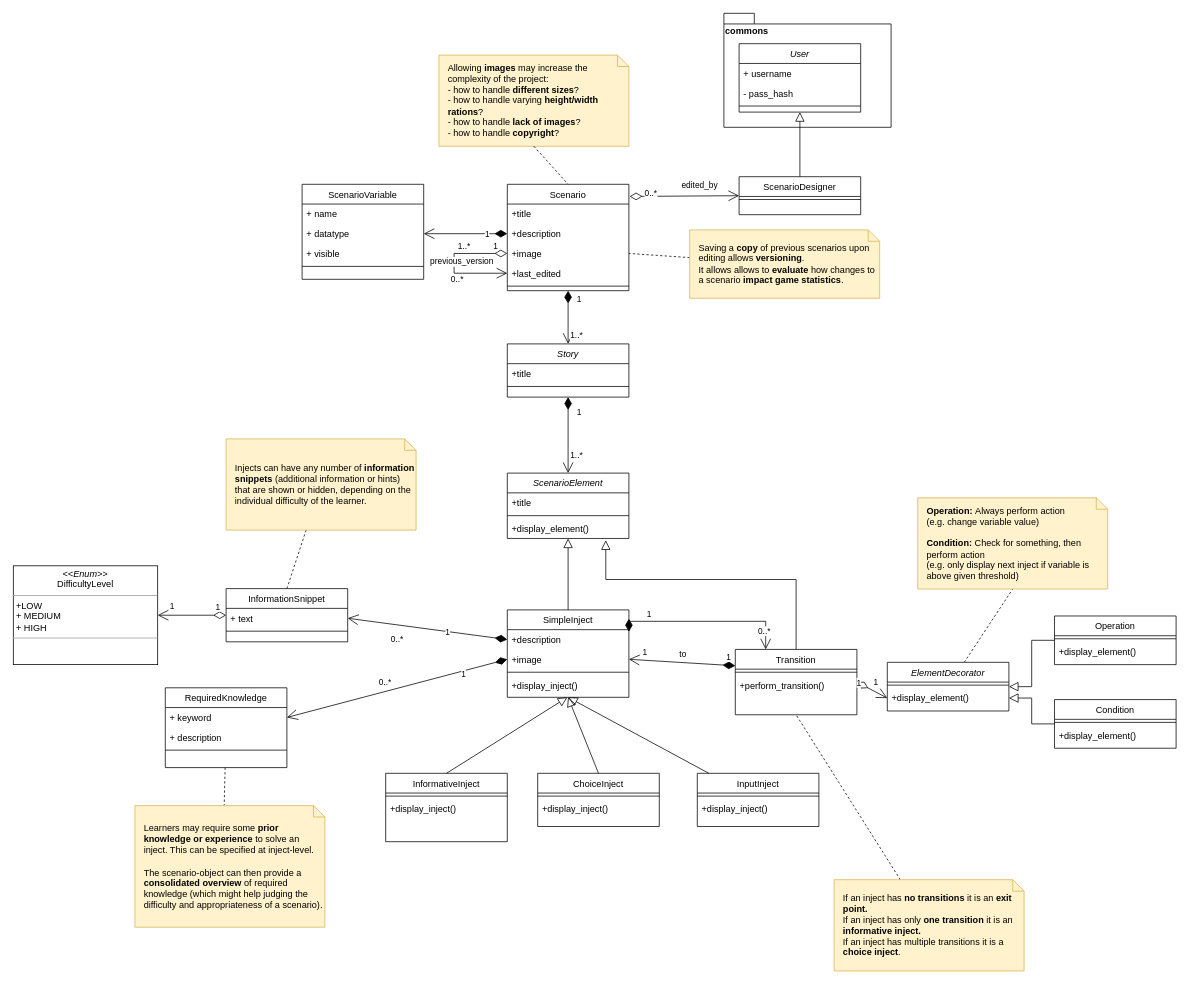
Elias-Ladenburger/CSEP keeps this draw.io diagram as page "Scenario_Design" (1 of 4) of artefacts/concept-1.0/diagrams/class diagram.drawio. Above is the earlier version. Source tidied: cells renumbered, new cells numbered last; positions are measured from the earlier drawing's top-left corner, leaving out a move shared by most shapes. Both pictures are drawn from the tidied source at 76%, with x=0, y=0 at pixel (13, 13).
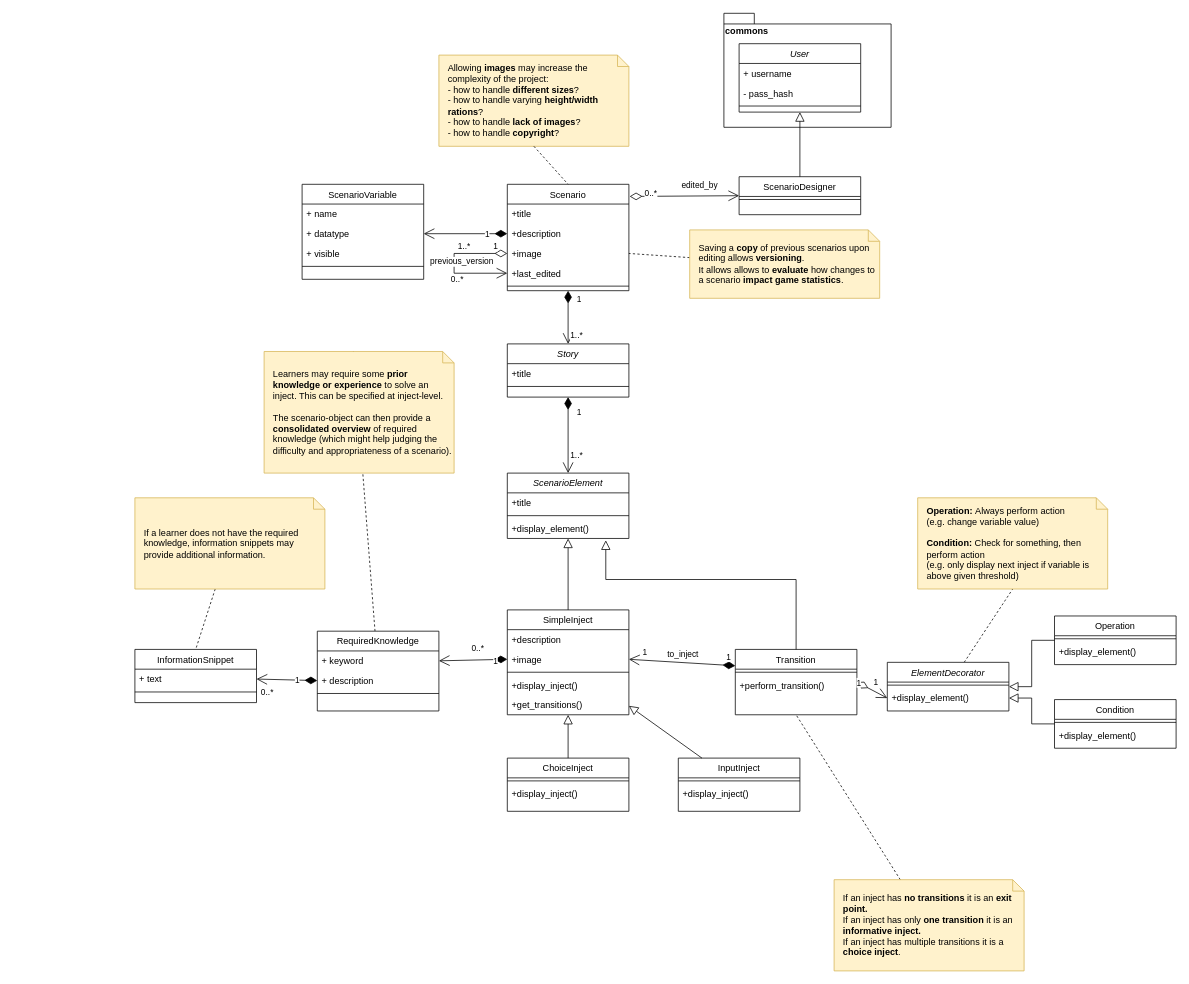
The same diagram, later.

Unchanged cells that the change refers to:
```xml
<mxCell id="12" value="+description" style="text;align=left;verticalAlign=top;spacingLeft=4;spacingRight=4;overflow=hidden;points=[[0,0.5],[1,0.5]];portConstraint=eastwest;rounded=0;shadow=0;html=0;" parent="11" vertex="1">
  <mxGeometry y="26" width="160" height="26" as="geometry" />
</mxCell>
<mxCell id="15" value="+display_inject()" style="text;align=left;verticalAlign=top;spacingLeft=4;spacingRight=4;overflow=hidden;points=[[0,0.5],[1,0.5]];portConstraint=eastwest;rounded=0;shadow=0;html=0;" parent="11" vertex="1">
  <mxGeometry y="86" width="160" height="26" as="geometry" />
</mxCell>
<mxCell id="18" value="Transition" style="swimlane;fontStyle=0;align=center;verticalAlign=top;horizontal=1;startSize=26;rounded=0;shadow=0;strokeWidth=1;" parent="1" vertex="1">
  <mxGeometry x="950" y="837" width="160" height="86" as="geometry" />
</mxCell>
<mxCell id="23" style="endArrow=open;html=1;endSize=12;startArrow=diamondThin;startSize=14;startFill=1;align=left;verticalAlign=bottom;entryX=1;entryY=0.5;entryDx=0;entryDy=0;exitX=0;exitY=0.25;exitDx=0;exitDy=0;rounded=0;" parent="1" edge="1" source="18" target="13">
  <mxGeometry x="-0.33" relative="1" as="geometry" />
</mxCell>
<mxCell id="86" value="+ text" style="text;align=left;verticalAlign=top;spacingLeft=4;spacingRight=4;overflow=hidden;points=[[0,0.5],[1,0.5]];portConstraint=eastwest;rounded=0;shadow=0;html=0;" parent="85" vertex="1">
  <mxGeometry y="26" width="160" height="26" as="geometry" />
</mxCell>
<mxCell id="99" value="+ description" style="text;align=left;verticalAlign=top;spacingLeft=4;spacingRight=4;overflow=hidden;points=[[0,0.5],[1,0.5]];portConstraint=eastwest;rounded=0;shadow=0;html=0;" parent="97" vertex="1">
  <mxGeometry y="52" width="160" height="26" as="geometry" />
</mxCell>
```

What changed in the source:
```diff
@@
     <mxCell id="11" value="SimpleInject" style="swimlane;fontStyle=0;align=center;verticalAlign=top;horizontal=1;startSize=26;rounded=0;shadow=0;strokeWidth=1;" parent="1" vertex="1">
-      <mxGeometry x="650" y="785" width="160" height="115" as="geometry" />
+      <mxGeometry x="650" y="785" width="160" height="138" as="geometry" />
     </mxCell>
@@
+    <mxCell id="107" value="+get_transitions()" style="text;align=left;verticalAlign=top;spacingLeft=4;spacingRight=4;overflow=hidden;rounded=0;shadow=0;html=0;" parent="11" vertex="1">
+      <mxGeometry y="112" width="160" height="26" as="geometry" />
+    </mxCell>
@@
-    <mxCell id="21" value="1" style="endArrow=open;html=1;endSize=12;startArrow=diamondThin;startSize=14;startFill=1;edgeStyle=orthogonalEdgeStyle;align=left;verticalAlign=bottom;exitX=1;exitY=0.101;exitDx=0;exitDy=0;exitPerimeter=0;entryX=0.25;entryY=0;entryDx=0;entryDy=0;rounded=0;" parent="1" edge="1" source="11" target="18">
-      <mxGeometry x="-0.77" relative="1" as="geometry">
-        <Array as="points">
-          <mxPoint x="810" y="800" />
-          <mxPoint x="990" y="800" />
-        </Array>
-      </mxGeometry>
-    </mxCell>
-    <mxCell id="22" value="0..*" style="edgeLabel;html=1;align=center;verticalAlign=middle;" parent="21" vertex="1">
-      <mxGeometry x="0.22" y="1" relative="1" as="geometry">
-        <mxPoint x="47" y="13.1" as="offset" />
-      </mxGeometry>
-    </mxCell>
@@
-    <mxCell id="25" value="to" style="edgeLabel;html=1;align=center;verticalAlign=middle;" parent="23" vertex="1">
+    <mxCell id="25" value="to_inject" style="edgeLabel;html=1;align=center;verticalAlign=middle;" parent="23" vertex="1">
       <mxGeometry x="0.53" y="4" relative="1" as="geometry">
         <mxPoint x="37.5" y="-12.6" as="offset" />
       </mxGeometry>
     </mxCell>
@@
-    <mxCell id="69" value="InformativeInject" style="swimlane;fontStyle=0;align=center;verticalAlign=top;horizontal=1;startSize=26;rounded=0;shadow=0;strokeWidth=1;" parent="1" vertex="1">
-      <mxGeometry x="490" y="1000" width="160" height="90" as="geometry" />
-    </mxCell>
-    <mxCell id="70" style="line;html=1;strokeWidth=1;align=left;verticalAlign=middle;spacingTop=-1;spacingLeft=3;spacingRight=3;labelPosition=right;" parent="69" vertex="1">
-      <mxGeometry y="26" width="160" height="8" as="geometry" />
-    </mxCell>
-    <mxCell id="71" value="+display_inject()" style="text;align=left;verticalAlign=top;spacingLeft=4;spacingRight=4;overflow=hidden;rounded=0;shadow=0;html=0;" parent="69" vertex="1">
-      <mxGeometry y="34" width="160" height="26" as="geometry" />
-    </mxCell>
     <mxCell id="72" value="InputInject" style="swimlane;fontStyle=0;align=center;verticalAlign=top;horizontal=1;startSize=26;rounded=0;shadow=0;strokeWidth=1;" parent="1" vertex="1">
-      <mxGeometry x="900" y="1000" width="160" height="70" as="geometry" />
+      <mxGeometry x="875" y="980" width="160" height="70" as="geometry" />
     </mxCell>
@@
     <mxCell id="75" value="ChoiceInject" style="swimlane;fontStyle=0;align=center;verticalAlign=top;horizontal=1;startSize=26;rounded=0;shadow=0;strokeWidth=1;" parent="1" vertex="1">
-      <mxGeometry x="690" y="1000" width="160" height="70" as="geometry" />
+      <mxGeometry x="650" y="980" width="160" height="70" as="geometry" />
     </mxCell>
@@
     <mxCell id="85" value="InformationSnippet" style="swimlane;fontStyle=0;align=center;verticalAlign=top;horizontal=1;startSize=26;rounded=0;shadow=0;strokeWidth=1;" parent="1" vertex="1">
-      <mxGeometry x="280" y="757" width="160" height="70" as="geometry" />
+      <mxGeometry x="160" y="837" width="160" height="70" as="geometry" />
     </mxCell>
@@
-    <mxCell id="88" value="&lt;p style=&quot;margin: 0px ; margin-top: 4px ; text-align: center&quot;&gt;&lt;i&gt;&amp;lt;&amp;lt;Enum&amp;gt;&amp;gt;&lt;/i&gt;&lt;br&gt;DifficultyLevel&lt;br&gt;&lt;/p&gt;&lt;hr size=&quot;1&quot;&gt;&lt;p style=&quot;margin: 0px ; margin-left: 4px&quot;&gt;+LOW&lt;br&gt;&lt;/p&gt;&lt;p style=&quot;margin: 0px ; margin-left: 4px&quot;&gt;+ MEDIUM&lt;br&gt;+ HIGH&lt;/p&gt;&lt;hr size=&quot;1&quot;&gt;" style="verticalAlign=top;align=left;overflow=fill;fontSize=12;fontFamily=Helvetica;html=1;" parent="1" vertex="1">
-      <mxGeometry y="727" width="190" height="130" as="geometry" />
-    </mxCell>
-    <mxCell id="89" style="endArrow=open;html=1;endSize=12;startArrow=diamondThin;startSize=14;startFill=0;align=left;verticalAlign=bottom;entryX=1;entryY=0.5;entryDx=0;entryDy=0;exitX=0;exitY=0.5;exitDx=0;exitDy=0;rounded=0;" parent="1" edge="1" source="85" target="88">
-      <mxGeometry x="-0.33" relative="1" as="geometry" />
-    </mxCell>
-    <mxCell id="90" value="1" style="edgeLabel;html=1;align=center;verticalAlign=middle;" parent="89" vertex="1">
-      <mxGeometry x="0.22" y="1" relative="1" as="geometry">
-        <mxPoint x="-17" y="-14" as="offset" />
-      </mxGeometry>
-    </mxCell>
-    <mxCell id="91" value="1" style="edgeLabel;html=1;align=center;verticalAlign=middle;" parent="89" vertex="1">
-      <mxGeometry x="-0.81" y="-1" relative="1" as="geometry">
-        <mxPoint x="-3" y="-10.7" as="offset" />
-      </mxGeometry>
-    </mxCell>
-    <mxCell id="92" value="1" style="endArrow=open;html=1;endSize=12;startArrow=diamondThin;startSize=14;startFill=1;align=left;verticalAlign=bottom;entryX=1;entryY=0.5;entryDx=0;entryDy=0;rounded=0;exitX=0;exitY=0.5;exitDx=0;exitDy=0;" parent="1" edge="1" source="12" target="86">
+    <mxCell id="92" value="1" style="endArrow=open;html=1;endSize=12;startArrow=diamondThin;startSize=14;startFill=1;align=left;verticalAlign=bottom;entryX=1;entryY=0.5;entryDx=0;entryDy=0;rounded=0;exitX=0;exitY=0.5;exitDx=0;exitDy=0;" parent="1" edge="1" source="99" target="86">
       <mxGeometry x="-0.23" y="10" relative="1" as="geometry" />
     </mxCell>
@@
-    <mxCell id="95" value="Injects can have any number of &lt;b&gt;information snippets&lt;/b&gt; (additional information or hints) that are shown or hidden, depending on the individual difficulty of the learner. " style="shape=note;size=15;align=left;spacingLeft=10;html=1;whiteSpace=wrap;fillColor=#fff2cc;strokeColor=#d6b656;" parent="1" vertex="1">
-      <mxGeometry x="280" y="560" width="250" height="120" as="geometry" />
+    <mxCell id="95" value="If a learner does not have the required knowledge, information snippets may provide additional information." style="shape=note;size=15;align=left;spacingLeft=10;html=1;whiteSpace=wrap;fillColor=#fff2cc;strokeColor=#d6b656;" parent="1" vertex="1">
+      <mxGeometry x="160" y="637.5" width="250" height="120" as="geometry" />
     </mxCell>
@@
     <mxCell id="97" value="RequiredKnowledge" style="swimlane;fontStyle=0;align=center;verticalAlign=top;horizontal=1;startSize=26;rounded=0;shadow=0;strokeWidth=1;" parent="1" vertex="1">
-      <mxGeometry x="200" y="887.5" width="160" height="105" as="geometry" />
+      <mxGeometry x="400" y="813" width="160" height="105" as="geometry" />
     </mxCell>
@@
     <mxCell id="103" value="&lt;div&gt;Learners may require some &lt;b&gt;prior knowledge&lt;/b&gt; &lt;b&gt;or experience &lt;/b&gt;to solve an inject. This can be specified at inject-level. &lt;br&gt;&lt;/div&gt;&lt;div&gt;&lt;br&gt;&lt;/div&gt;&lt;div&gt;The scenario-object can then provide a &lt;b&gt;consolidated overview &lt;/b&gt;of required knowledge (which might help judging the difficulty and appropriateness of a scenario).&lt;/div&gt;" style="shape=note;size=15;align=left;spacingLeft=10;html=1;whiteSpace=wrap;fillColor=#fff2cc;strokeColor=#d6b656;" parent="1" vertex="1">
-      <mxGeometry x="160" y="1042.5" width="250" height="160" as="geometry" />
+      <mxGeometry x="330" y="445" width="250" height="160" as="geometry" />
     </mxCell>
-    <mxCell id="104" style="endArrow=block;endSize=10;endFill=0;shadow=0;strokeWidth=1;rounded=0;elbow=vertical;exitX=0.5;exitY=0;exitDx=0;exitDy=0;entryX=0.494;entryY=1.115;entryDx=0;entryDy=0;entryPerimeter=0;" parent="1" edge="1" source="69" target="15">
-      <mxGeometry relative="1" as="geometry" />
-    </mxCell>
-    <mxCell id="105" style="endArrow=block;endSize=10;endFill=0;shadow=0;strokeWidth=1;rounded=0;elbow=vertical;exitX=0.5;exitY=0;exitDx=0;exitDy=0;" parent="1" edge="1" source="75">
-      <mxGeometry relative="1" as="geometry">
-        <mxPoint x="730" y="900" as="targetPoint" />
-      </mxGeometry>
+    <mxCell id="105" style="endArrow=block;endSize=10;endFill=0;shadow=0;strokeWidth=1;rounded=0;elbow=vertical;exitX=0.5;exitY=0;exitDx=0;exitDy=0;" parent="1" edge="1" source="75" target="11">
+      <mxGeometry relative="1" as="geometry" />
     </mxCell>
-    <mxCell id="106" style="endArrow=block;endSize=10;endFill=0;shadow=0;strokeWidth=1;rounded=0;elbow=vertical;" parent="1" edge="1" source="72">
-      <mxGeometry relative="1" as="geometry">
-        <mxPoint x="730" y="900" as="targetPoint" />
-      </mxGeometry>
+    <mxCell id="106" style="endArrow=block;endSize=10;endFill=0;shadow=0;strokeWidth=1;rounded=0;elbow=vertical;" parent="1" edge="1" source="72" target="11">
+      <mxGeometry relative="1" as="geometry" />
     </mxCell>
```
